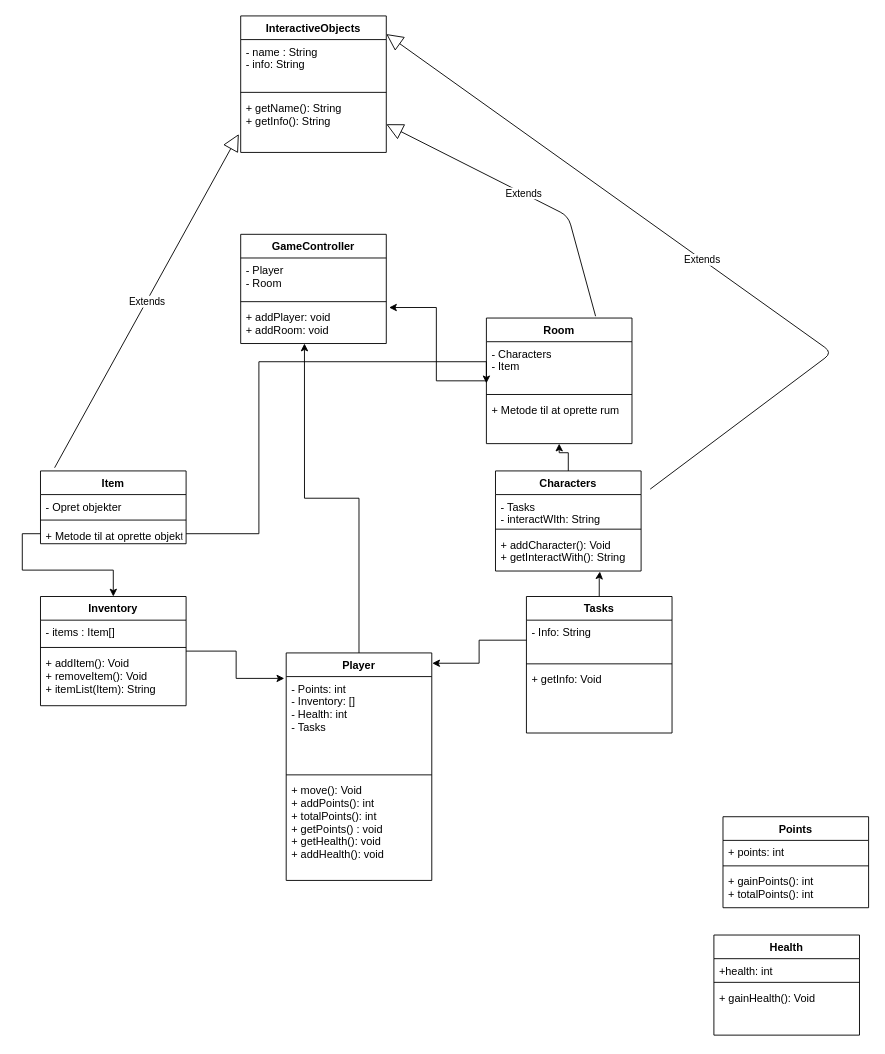
Before: UML diagram.drawio in sival19/DenBedsteGruppe, a draw.io diagram. Source tidied: cells renumbered, new cells numbered last; positions are measured from the earlier drawing's top-left corner, leaving out a move shared by most shapes. Both pictures are drawn from the tidied source at 91%, with x=0, y=0 at pixel (40, 15).
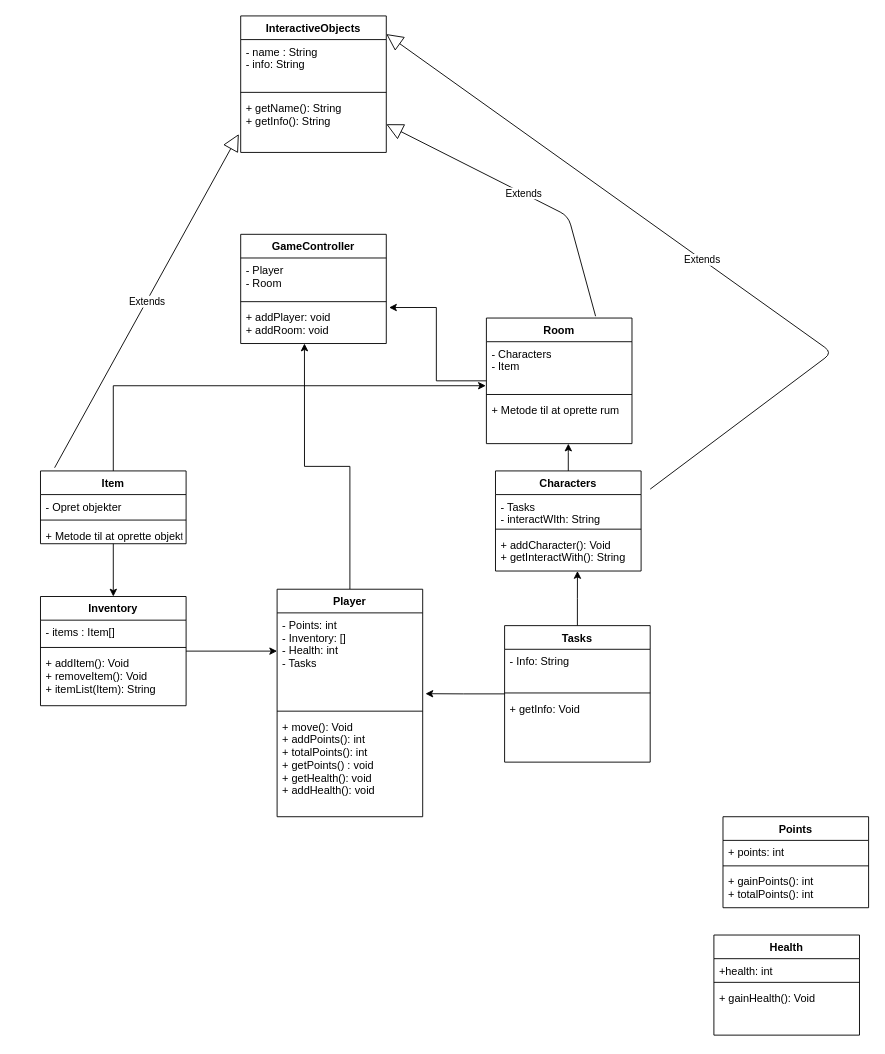
Above is the later version.

Unchanged cells that the change refers to:
```xml
<mxCell id="16" value="- Points: int&#10;- Inventory: [] &#10;- Health: int&#10;- Tasks" style="text;strokeColor=none;fillColor=none;align=left;verticalAlign=top;spacingLeft=4;spacingRight=4;overflow=hidden;points=[[0,0.5],[1,0.5]];portConstraint=eastwest;" parent="15" vertex="1">
  <mxGeometry y="26" width="160" height="104" as="geometry" />
</mxCell>
<mxCell id="19" value="Item" style="swimlane;fontStyle=1;align=center;verticalAlign=top;horizontal=1;startSize=26;" parent="1" vertex="1">
  <mxGeometry y="500" width="160" height="80" as="geometry" />
</mxCell>
<mxCell id="22" value="+ Metode til at oprette objekter" style="text;strokeColor=none;fillColor=none;align=left;verticalAlign=top;spacingLeft=4;spacingRight=4;overflow=hidden;points=[[0,0.5],[1,0.5]];portConstraint=eastwest;" parent="19" vertex="1">
  <mxGeometry y="58" width="160" height="22" as="geometry" />
</mxCell>
<mxCell id="25" value="- Info: String" style="text;strokeColor=none;fillColor=none;align=left;verticalAlign=top;spacingLeft=4;spacingRight=4;overflow=hidden;points=[[0,0.5],[1,0.5]];portConstraint=eastwest;" parent="24" vertex="1">
  <mxGeometry y="26" width="160" height="44" as="geometry" />
</mxCell>
<mxCell id="29" value="Room" style="swimlane;fontStyle=1;align=center;verticalAlign=top;horizontal=1;startSize=26;" parent="1" vertex="1">
  <mxGeometry x="490" y="332" width="160" height="138" as="geometry" />
</mxCell>
<mxCell id="30" value="- Characters&#10;- Item " style="text;strokeColor=none;fillColor=none;align=left;verticalAlign=top;spacingLeft=4;spacingRight=4;overflow=hidden;points=[[0,0.5],[1,0.5]];portConstraint=eastwest;" parent="29" vertex="1">
  <mxGeometry y="26" width="160" height="54" as="geometry" />
</mxCell>
<mxCell id="32" value="+ Metode til at oprette rum" style="text;strokeColor=none;fillColor=none;align=left;verticalAlign=top;spacingLeft=4;spacingRight=4;overflow=hidden;points=[[0,0.5],[1,0.5]];portConstraint=eastwest;" parent="29" vertex="1">
  <mxGeometry y="88" width="160" height="50" as="geometry" />
</mxCell>
<mxCell id="34" value="Characters" style="swimlane;fontStyle=1;align=center;verticalAlign=top;horizontal=1;startSize=26;" parent="1" vertex="1">
  <mxGeometry x="500" y="500" width="160" height="110" as="geometry" />
</mxCell>
<mxCell id="37" value="+ addCharacter(): Void&#10;+ getInteractWith(): String" style="text;strokeColor=none;fillColor=none;align=left;verticalAlign=top;spacingLeft=4;spacingRight=4;overflow=hidden;points=[[0,0.5],[1,0.5]];portConstraint=eastwest;" parent="34" vertex="1">
  <mxGeometry y="68" width="160" height="42" as="geometry" />
</mxCell>
<mxCell id="39" value="Inventory" style="swimlane;fontStyle=1;align=center;verticalAlign=top;horizontal=1;startSize=26;" parent="1" vertex="1">
  <mxGeometry y="638" width="160" height="120" as="geometry" />
</mxCell>
```

Diff of the diagram source:
```diff
@@
     <mxCell id="15" value="Player" style="swimlane;fontStyle=1;align=center;verticalAlign=top;horizontal=1;startSize=26;" parent="1" vertex="1">
-      <mxGeometry x="270" y="700" width="160" height="250" as="geometry" />
+      <mxGeometry x="260" y="630" width="160" height="250" as="geometry" />
     </mxCell>
@@
+    <mxCell id="53" style="edgeStyle=orthogonalEdgeStyle;rounded=0;jettySize=auto;html=1;entryX=0.5;entryY=0;entryDx=0;entryDy=0;" parent="1" edge="1" source="19" target="39">
+      <mxGeometry relative="1" as="geometry" />
+    </mxCell>
+    <mxCell id="54" style="edgeStyle=orthogonalEdgeStyle;rounded=0;jettySize=auto;html=1;entryX=-0.004;entryY=0.896;entryDx=0;entryDy=0;entryPerimeter=0;" parent="1" edge="1" source="19" target="30">
+      <mxGeometry relative="1" as="geometry" />
+    </mxCell>
@@
-    <mxCell id="23" style="edgeStyle=orthogonalEdgeStyle;rounded=0;jettySize=auto;html=1;entryX=0.717;entryY=1.013;entryDx=0;entryDy=0;entryPerimeter=0;" parent="1" edge="1" source="24" target="37">
+    <mxCell id="23" style="edgeStyle=orthogonalEdgeStyle;rounded=0;jettySize=auto;html=1;entryX=0.563;entryY=1;entryDx=0;entryDy=0;entryPerimeter=0;" parent="1" edge="1" source="24" target="37">
       <mxGeometry relative="1" as="geometry" />
     </mxCell>
+    <mxCell id="55" style="edgeStyle=orthogonalEdgeStyle;rounded=0;jettySize=auto;html=1;entryX=1.019;entryY=0.854;entryDx=0;entryDy=0;entryPerimeter=0;" parent="1" edge="1" source="24" target="16">
+      <mxGeometry relative="1" as="geometry" />
+    </mxCell>
     <mxCell id="24" value="Tasks" style="swimlane;fontStyle=1;align=center;verticalAlign=top;horizontal=1;startSize=26;" parent="1" vertex="1">
-      <mxGeometry x="534" y="638" width="160" height="150" as="geometry" />
+      <mxGeometry x="510" y="670" width="160" height="150" as="geometry" />
     </mxCell>
@@
-    <mxCell id="33" style="edgeStyle=orthogonalEdgeStyle;rounded=0;jettySize=auto;html=1;entryX=0.5;entryY=1;entryDx=0;entryDy=0;" parent="1" edge="1" source="34" target="29">
-      <mxGeometry relative="1" as="geometry" />
-    </mxCell>
+    <mxCell id="56" style="edgeStyle=orthogonalEdgeStyle;rounded=0;jettySize=auto;html=1;entryX=0.563;entryY=1;entryDx=0;entryDy=0;entryPerimeter=0;" parent="1" edge="1" source="34" target="32">
+      <mxGeometry relative="1" as="geometry" />
+    </mxCell>
@@
-    <mxCell id="38" style="edgeStyle=orthogonalEdgeStyle;rounded=0;jettySize=auto;html=1;entryX=-0.013;entryY=0.112;entryDx=0;entryDy=0;entryPerimeter=0;" parent="1" edge="1" source="39" target="15">
-      <mxGeometry relative="1" as="geometry" />
-    </mxCell>
+    <mxCell id="57" style="edgeStyle=orthogonalEdgeStyle;rounded=0;jettySize=auto;html=1;entryX=0;entryY=0.404;entryDx=0;entryDy=0;entryPerimeter=0;" parent="1" edge="1" source="39" target="16">
+      <mxGeometry relative="1" as="geometry" />
+    </mxCell>
@@
-    <mxCell id="43" style="edgeStyle=orthogonalEdgeStyle;rounded=0;jettySize=auto;html=1;" parent="1" edge="1" source="22" target="39">
-      <mxGeometry relative="1" as="geometry" />
-    </mxCell>
@@
-    <mxCell id="51" style="edgeStyle=orthogonalEdgeStyle;rounded=0;jettySize=auto;html=1;entryX=1.003;entryY=-0.141;entryDx=0;entryDy=0;entryPerimeter=0;" parent="1" edge="1" source="25" target="16">
-      <mxGeometry relative="1" as="geometry" />
-    </mxCell>
-    <mxCell id="52" style="edgeStyle=orthogonalEdgeStyle;rounded=0;jettySize=auto;html=1;entryX=0;entryY=0.846;entryDx=0;entryDy=0;entryPerimeter=0;" parent="1" edge="1" source="22" target="30">
-      <mxGeometry relative="1" as="geometry">
-        <Array as="points">
-          <mxPoint x="240" y="569" />
-          <mxPoint x="240" y="380" />
-        </Array>
-      </mxGeometry>
-    </mxCell>
```
